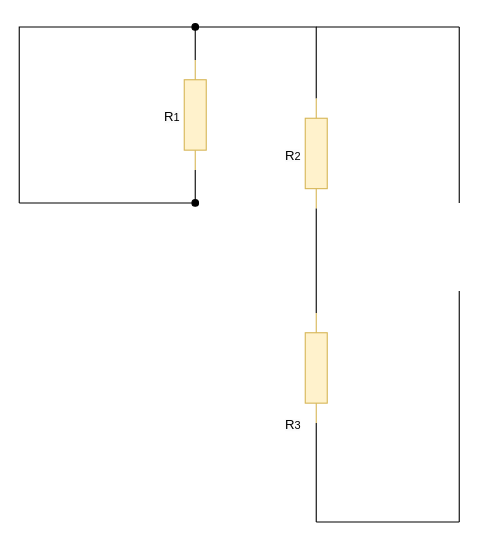
Above: page "task_calc_resistance" (4 of 4) of lab1/lab1.drawio in nlrezortiez/eltex_23-24 (draw.io), before the change. Source tidied: cells renumbered, new cells numbered last; positions are measured from the earlier drawing's top-left corner, leaving out a move shared by most shapes. Both pictures are drawn from the tidied source at 110%, with x=0, y=0 at pixel (19, 26).
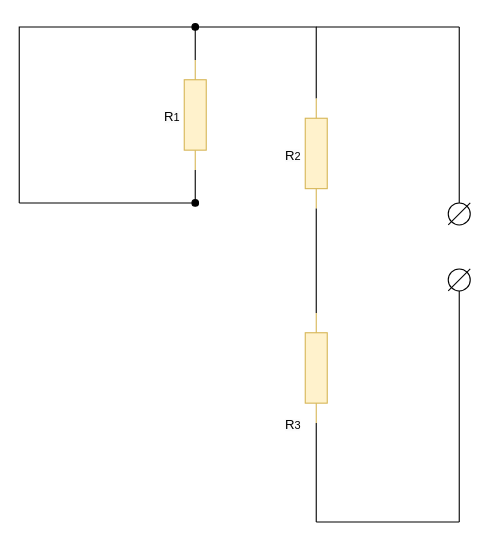
After the change.

Commit message:
upd calcs

What changed in the source:
```diff
@@
+    <mxCell id="20" style="ellipse;whiteSpace=wrap;html=1;" parent="1" vertex="1">
+      <mxGeometry x="390" y="220" width="20" height="20" as="geometry" />
+    </mxCell>
+    <mxCell id="21" style="ellipse;whiteSpace=wrap;html=1;" parent="1" vertex="1">
+      <mxGeometry x="390" y="160" width="20" height="20" as="geometry" />
+    </mxCell>
+    <mxCell id="22" style="endArrow=none;html=1;rounded=0;" parent="1" edge="1">
+      <mxGeometry relative="1" as="geometry">
+        <mxPoint x="390" y="240" as="sourcePoint" />
+        <mxPoint x="410" y="220" as="targetPoint" />
+      </mxGeometry>
+    </mxCell>
+    <mxCell id="23" style="endArrow=none;html=1;rounded=0;" parent="1" edge="1">
+      <mxGeometry relative="1" as="geometry">
+        <mxPoint x="390" y="180" as="sourcePoint" />
+        <mxPoint x="410" y="160" as="targetPoint" />
+      </mxGeometry>
+    </mxCell>
```
